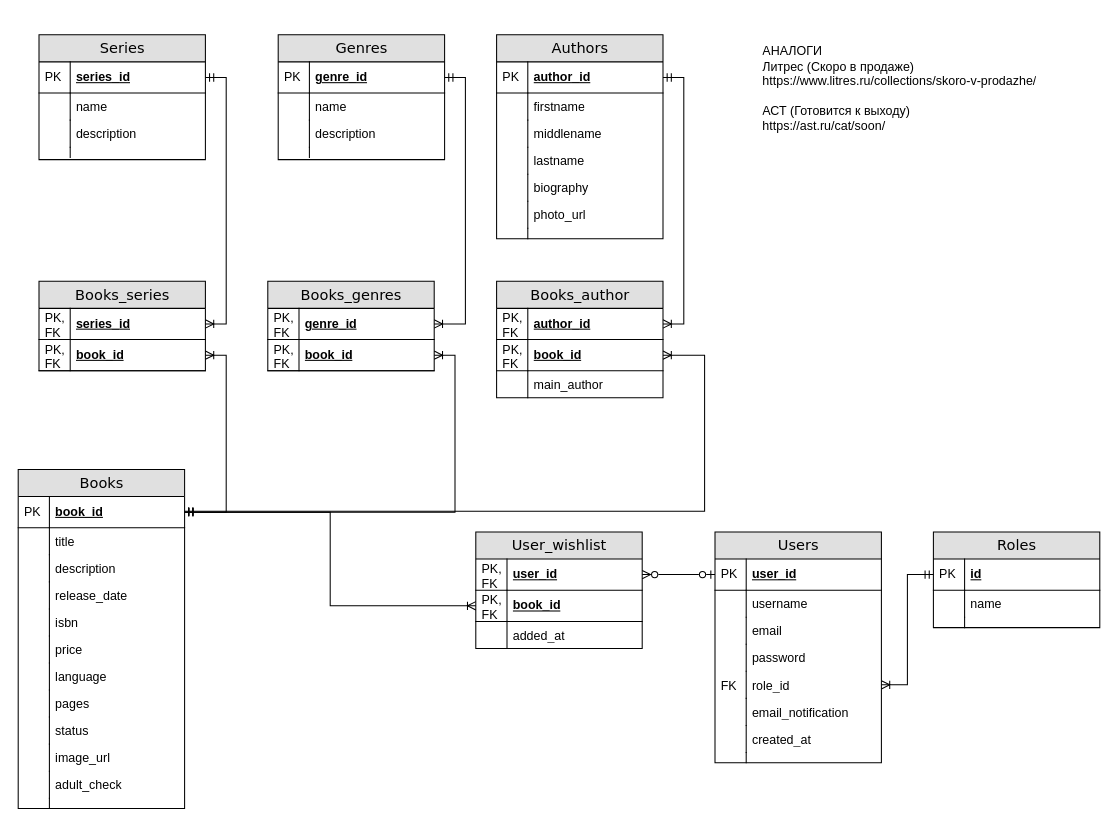
AknasMacefg/ID23-1_MaslovAN_STP_Kursovaya keeps this draw.io diagram as MaslovAN_infsys.drawio. Above is the earlier version. Source tidied: cells renumbered, new cells numbered last; positions are measured from the earlier drawing's top-left corner, leaving out a move shared by most shapes. Both pictures are drawn from the tidied source at 104%, with x=0, y=0 at pixel (18, 18).
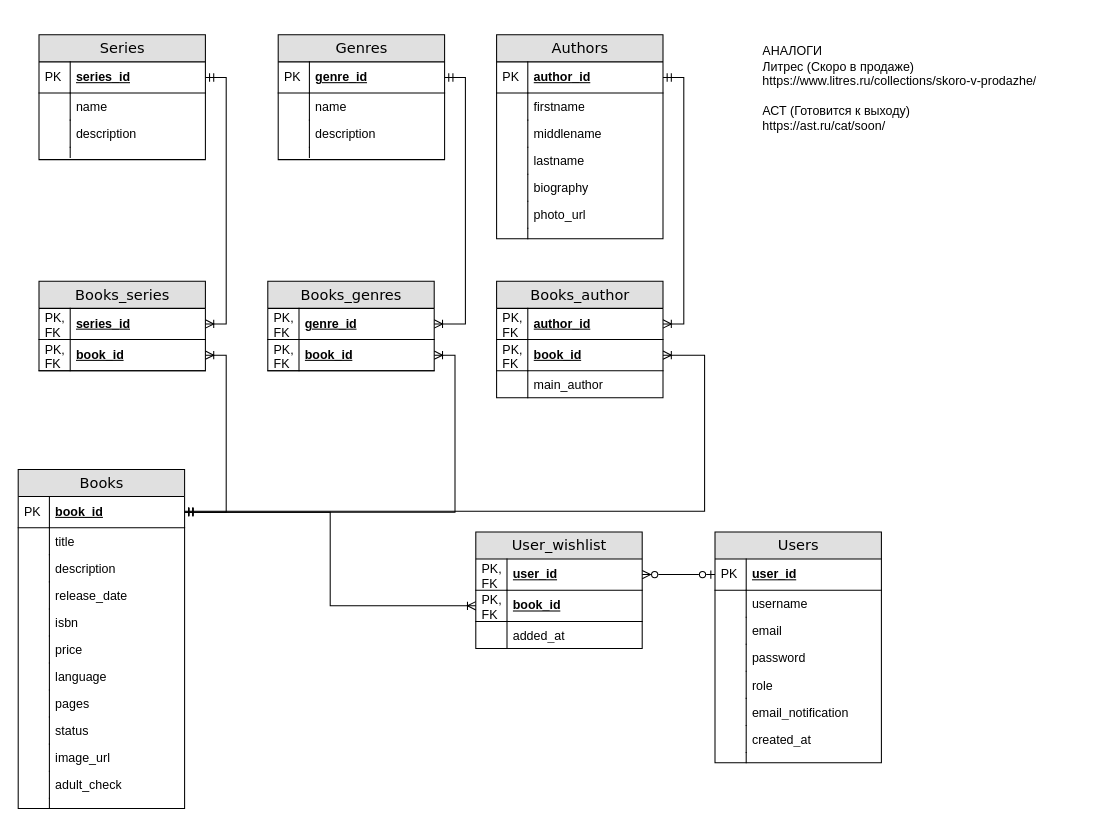
Above is the later version.

The change refers to these unchanged cells:
```xml
<mxCell id="2" value="Users" style="swimlane;html=1;fontStyle=0;horizontal=1;startSize=26;fillColor=#e0e0e0;swimlaneFillColor=#ffffff;align=center;rounded=0;shadow=0;comic=0;labelBackgroundColor=none;strokeWidth=1;fontFamily=Verdana;fontSize=14;" parent="1" vertex="1">
  <mxGeometry x="670" y="494" width="160" height="222" as="geometry" />
</mxCell>
```

Change to the diagram source:
```diff
@@
-    <mxCell id="11" value="role_id" style="shape=partialRectangle;top=0;left=0;right=0;bottom=0;html=1;align=left;verticalAlign=top;fillColor=none;spacingLeft=34;spacingRight=4;whiteSpace=wrap;overflow=hidden;points=[[0,0.5],[1,0.5]];portConstraint=eastwest;" parent="2" vertex="1">
+    <mxCell id="11" value="role" style="shape=partialRectangle;top=0;left=0;right=0;bottom=0;html=1;align=left;verticalAlign=top;fillColor=none;spacingLeft=34;spacingRight=4;whiteSpace=wrap;overflow=hidden;points=[[0,0.5],[1,0.5]];portConstraint=eastwest;" parent="2" vertex="1">
       <mxGeometry y="134" width="160" height="26" as="geometry" />
     </mxCell>
-    <mxCell id="12" value="FK" style="shape=partialRectangle;top=0;left=0;bottom=0;html=1;fillColor=none;align=left;verticalAlign=top;spacingLeft=4;spacingRight=4;whiteSpace=wrap;overflow=hidden;" parent="11" vertex="1">
+    <mxCell id="12" style="shape=partialRectangle;top=0;left=0;bottom=0;html=1;fillColor=none;align=left;verticalAlign=top;spacingLeft=4;spacingRight=4;whiteSpace=wrap;overflow=hidden;" parent="11" vertex="1">
       <mxGeometry width="30" height="26" as="geometry" />
     </mxCell>
@@
-    <mxCell id="19" value="Roles" style="swimlane;html=1;fontStyle=0;horizontal=1;startSize=26;fillColor=#e0e0e0;swimlaneFillColor=#ffffff;align=center;rounded=0;shadow=0;comic=0;labelBackgroundColor=none;strokeWidth=1;fontFamily=Verdana;fontSize=14;" parent="1" vertex="1">
-      <mxGeometry x="880" y="494" width="160" height="92" as="geometry" />
-    </mxCell>
-    <mxCell id="20" value="id" style="shape=partialRectangle;top=0;left=0;right=0;bottom=1;html=1;align=left;verticalAlign=middle;fillColor=none;spacingLeft=34;spacingRight=4;whiteSpace=wrap;overflow=hidden;points=[[0,0.5],[1,0.5]];portConstraint=eastwest;fontStyle=5;" parent="19" vertex="1">
-      <mxGeometry y="26" width="160" height="30" as="geometry" />
-    </mxCell>
-    <mxCell id="21" value="PK" style="shape=partialRectangle;top=0;left=0;bottom=0;html=1;fillColor=none;align=left;verticalAlign=middle;spacingLeft=4;spacingRight=4;whiteSpace=wrap;overflow=hidden;" parent="20" vertex="1">
-      <mxGeometry width="30" height="30" as="geometry" />
-    </mxCell>
-    <mxCell id="22" value="name" style="shape=partialRectangle;top=0;left=0;right=0;bottom=0;html=1;align=left;verticalAlign=top;fillColor=none;spacingLeft=34;spacingRight=4;whiteSpace=wrap;overflow=hidden;" parent="19" vertex="1">
-      <mxGeometry y="56" width="160" height="26" as="geometry" />
-    </mxCell>
-    <mxCell id="23" style="shape=partialRectangle;top=0;left=0;bottom=0;html=1;fillColor=none;align=left;verticalAlign=top;spacingLeft=4;spacingRight=4;whiteSpace=wrap;overflow=hidden;" parent="22" vertex="1">
-      <mxGeometry width="30" height="26" as="geometry" />
-    </mxCell>
-    <mxCell id="24" style="shape=partialRectangle;top=0;left=0;right=0;bottom=0;html=1;align=left;verticalAlign=top;fillColor=none;spacingLeft=34;spacingRight=4;whiteSpace=wrap;overflow=hidden;" parent="19" vertex="1">
-      <mxGeometry y="82" width="160" height="10" as="geometry" />
-    </mxCell>
-    <mxCell id="25" style="shape=partialRectangle;top=0;left=0;bottom=0;html=1;fillColor=none;align=left;verticalAlign=top;spacingLeft=4;spacingRight=4;whiteSpace=wrap;overflow=hidden;" parent="24" vertex="1">
-      <mxGeometry width="30" height="10" as="geometry" />
-    </mxCell>
@@
-    <mxCell id="111" style="edgeStyle=orthogonalEdgeStyle;rounded=0;jettySize=auto;html=1;exitX=0;exitY=0.5;exitDx=0;exitDy=0;entryX=1;entryY=0.5;entryDx=0;entryDy=0;endArrow=ERoneToMany;endFill=0;startArrow=ERmandOne;startFill=0;" parent="1" edge="1" source="20" target="11">
-      <mxGeometry relative="1" as="geometry" />
-    </mxCell>
```
